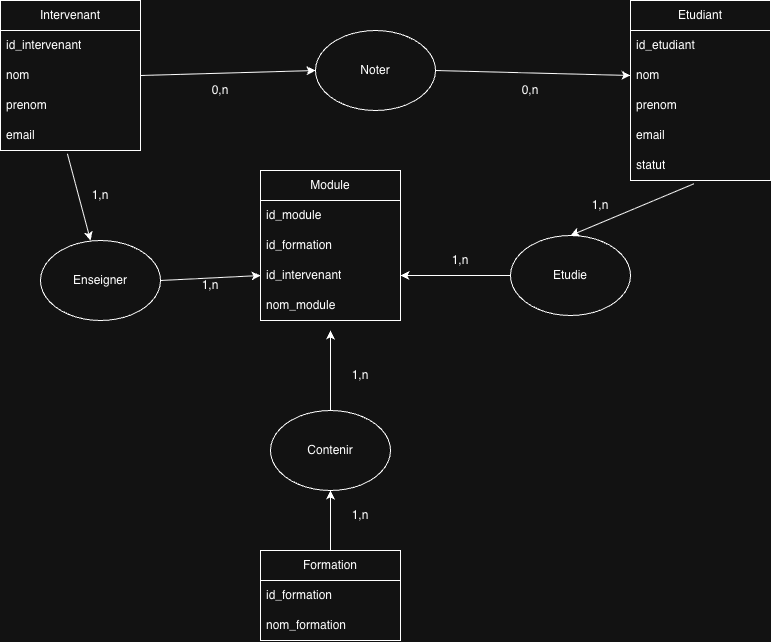
This is Schemas/Projet SQL-MCD.drawio.png from GoguillonNicolas/SQL-Projet, a draw.io export, as it was before one commit. Source tidied: cells renumbered, new cells last; positions are measured from the earlier drawing's top-left corner, leaving out a move shared by most shapes.
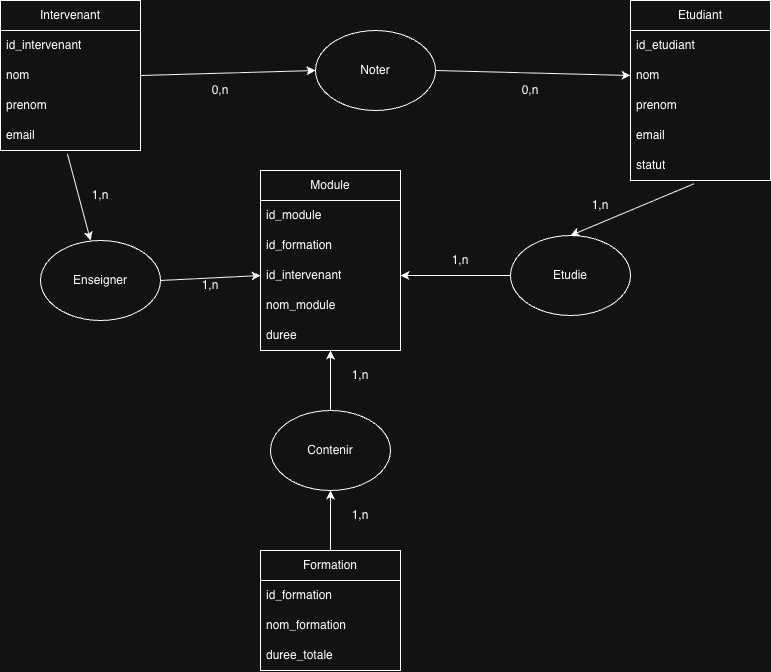
After the commit.

Diff of the diagram source:
```diff
@@ -36,7 +36,7 @@
       <mxGeometry y="120" width="140" height="30" as="geometry" />
     </mxCell>
     <mxCell id="13" value="Formation" style="swimlane;fontStyle=0;horizontal=1;startSize=30;whiteSpace=wrap;html=1;" parent="1" vertex="1">
-      <mxGeometry x="260" y="550" width="140" height="90" as="geometry" />
+      <mxGeometry x="260" y="550" width="140" height="120" as="geometry" />
     </mxCell>
     <mxCell id="14" value="id_formation" style="text;strokeColor=none;fillColor=none;align=left;verticalAlign=middle;spacingLeft=4;spacingRight=4;overflow=hidden;whiteSpace=wrap;html=1;" parent="13" vertex="1">
       <mxGeometry y="30" width="140" height="30" as="geometry" />
@@ -44,8 +44,11 @@
     <mxCell id="15" value="nom_formation" style="text;strokeColor=none;fillColor=none;align=left;verticalAlign=middle;spacingLeft=4;spacingRight=4;overflow=hidden;whiteSpace=wrap;html=1;" parent="13" vertex="1">
       <mxGeometry y="60" width="140" height="30" as="geometry" />
     </mxCell>
+    <mxCell id="45" value="duree_totale" style="text;strokeColor=none;fillColor=none;align=left;verticalAlign=middle;spacingLeft=4;spacingRight=4;overflow=hidden;whiteSpace=wrap;html=1;" parent="13" vertex="1">
+      <mxGeometry y="90" width="140" height="30" as="geometry" />
+    </mxCell>
     <mxCell id="16" value="Module" style="swimlane;fontStyle=0;horizontal=1;startSize=30;whiteSpace=wrap;html=1;" parent="1" vertex="1">
-      <mxGeometry x="260" y="170" width="140" height="150" as="geometry" />
+      <mxGeometry x="260" y="170" width="140" height="180" as="geometry" />
     </mxCell>
     <mxCell id="17" value="id_module" style="text;strokeColor=none;fillColor=none;align=left;verticalAlign=middle;spacingLeft=4;spacingRight=4;overflow=hidden;whiteSpace=wrap;html=1;" parent="16" vertex="1">
       <mxGeometry y="30" width="140" height="30" as="geometry" />
@@ -59,6 +62,9 @@
     <mxCell id="20" value="nom_module" style="text;strokeColor=none;fillColor=none;align=left;verticalAlign=middle;spacingLeft=4;spacingRight=4;overflow=hidden;whiteSpace=wrap;html=1;" parent="16" vertex="1">
       <mxGeometry y="120" width="140" height="30" as="geometry" />
     </mxCell>
+    <mxCell id="46" value="duree" style="text;strokeColor=none;fillColor=none;align=left;verticalAlign=middle;spacingLeft=4;spacingRight=4;overflow=hidden;whiteSpace=wrap;html=1;" parent="16" vertex="1">
+      <mxGeometry y="150" width="140" height="30" as="geometry" />
+    </mxCell>
     <mxCell id="21" style="ellipse;whiteSpace=wrap;html=1;" parent="1" vertex="1">
       <mxGeometry x="315" y="30" width="120" height="80" as="geometry" />
     </mxCell>
@@ -103,7 +109,7 @@
     </mxCell>
     <mxCell id="35" style="endArrow=classic;html=1;rounded=0;exitX=0.5;exitY=0;exitDx=0;exitDy=0;" parent="1" edge="1" source="23">
       <mxGeometry relative="1" as="geometry">
-        <mxPoint x="330" y="330" as="targetPoint" />
+        <mxPoint x="330" y="350" as="targetPoint" />
       </mxGeometry>
     </mxCell>
     <mxCell id="36" style="endArrow=classic;html=1;rounded=0;exitX=0.5;exitY=0;exitDx=0;exitDy=0;entryX=0.5;entryY=1;entryDx=0;entryDy=0;" parent="1" edge="1" source="13" target="23">
```
